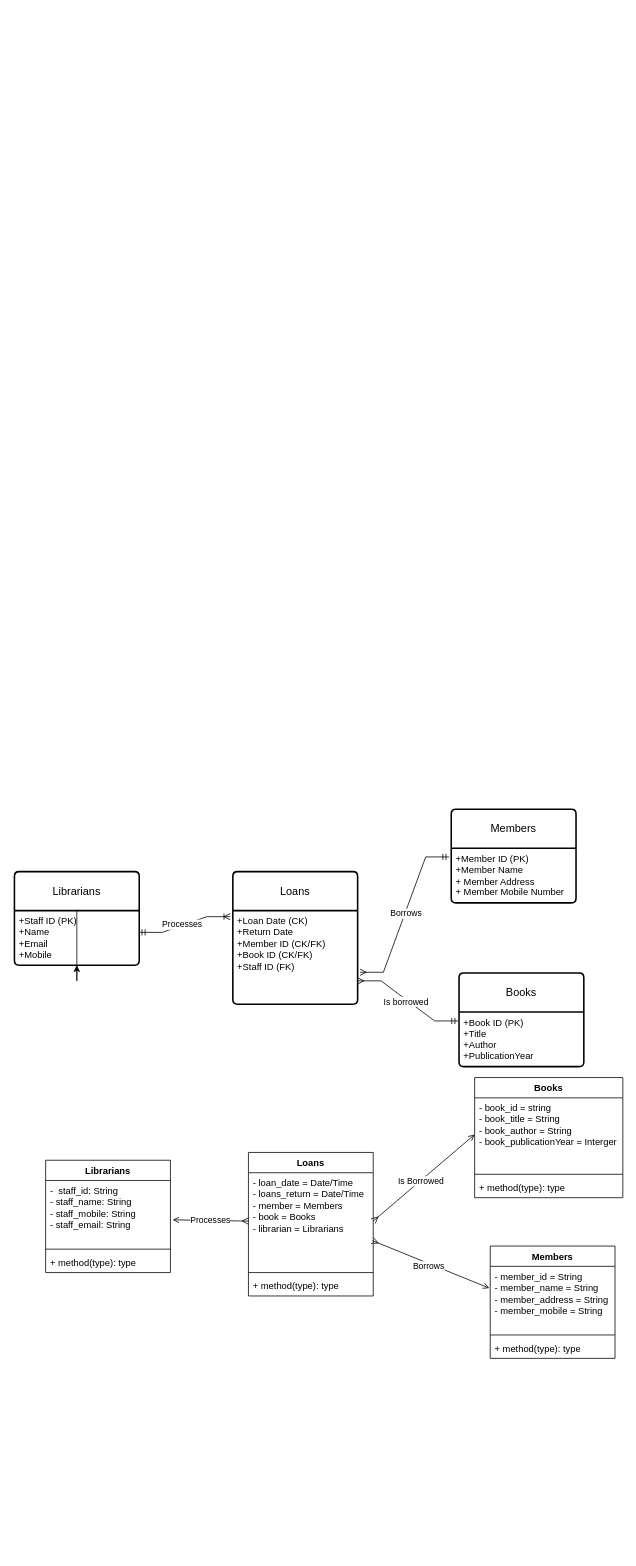
The draw.io diagram Library.drawio in jaydenChua315/at1, before the edit. Source tidied: cells renumbered, new cells numbered last; positions are measured from the earlier drawing's top-left corner, leaving out a move shared by most shapes. Both pictures are drawn from the tidied source at 78%, with x=0, y=0 at pixel (14, 809).
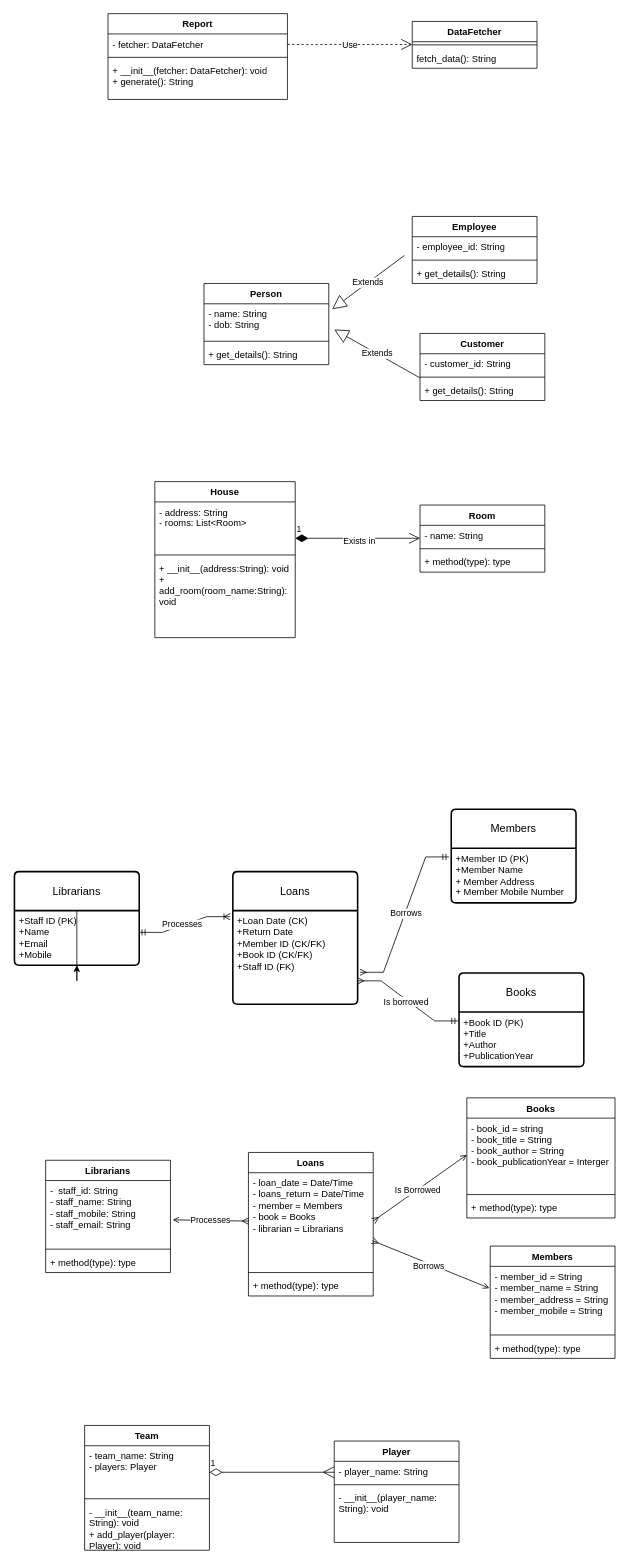
The same diagram, later.

The edit, as a diff of the source:
```diff
@@
     <mxCell id="29" value="Books" style="swimlane;fontStyle=1;align=center;verticalAlign=top;horizontal=1;startSize=26;whiteSpace=wrap;html=1;" parent="1" vertex="1">
-      <mxGeometry x="590" y="344" width="190" height="154" as="geometry" />
+      <mxGeometry x="580" y="370" width="190" height="154" as="geometry" />
     </mxCell>
@@
+    <mxCell id="39" value="Player" style="swimlane;fontStyle=1;align=center;verticalAlign=top;horizontal=1;startSize=26;whiteSpace=wrap;html=1;" parent="1" vertex="1">
+      <mxGeometry x="410" y="810" width="160" height="130" as="geometry" />
+    </mxCell>
+    <mxCell id="40" value="- player_name: String" style="text;strokeColor=none;fillColor=none;align=left;verticalAlign=top;spacingLeft=4;spacingRight=4;overflow=hidden;whiteSpace=wrap;html=1;" parent="39" vertex="1">
+      <mxGeometry y="26" width="160" height="26" as="geometry" />
+    </mxCell>
+    <mxCell id="41" style="line;strokeWidth=1;fillColor=none;align=left;verticalAlign=middle;spacingTop=-1;spacingLeft=3;spacingRight=3;labelPosition=right;strokeColor=inherit;" parent="39" vertex="1">
+      <mxGeometry y="52" width="160" height="8" as="geometry" />
+    </mxCell>
+    <mxCell id="42" value="- __init__(player_name: String): void" style="text;strokeColor=none;fillColor=none;align=left;verticalAlign=top;spacingLeft=4;spacingRight=4;overflow=hidden;whiteSpace=wrap;html=1;" parent="39" vertex="1">
+      <mxGeometry y="60" width="160" height="70" as="geometry" />
+    </mxCell>
+    <mxCell id="43" value="Team" style="swimlane;fontStyle=1;align=center;verticalAlign=top;horizontal=1;startSize=26;whiteSpace=wrap;html=1;" parent="1" vertex="1">
+      <mxGeometry x="90" y="790" width="160" height="160" as="geometry" />
+    </mxCell>
+    <mxCell id="44" value="- team_name: String&lt;div&gt;- players: Player&lt;/div&gt;" style="text;strokeColor=none;fillColor=none;align=left;verticalAlign=top;spacingLeft=4;spacingRight=4;overflow=hidden;whiteSpace=wrap;html=1;" parent="43" vertex="1">
+      <mxGeometry y="26" width="160" height="64" as="geometry" />
+    </mxCell>
+    <mxCell id="45" style="line;strokeWidth=1;fillColor=none;align=left;verticalAlign=middle;spacingTop=-1;spacingLeft=3;spacingRight=3;labelPosition=right;strokeColor=inherit;" parent="43" vertex="1">
+      <mxGeometry y="90" width="160" height="8" as="geometry" />
+    </mxCell>
+    <mxCell id="46" value="&lt;div&gt;- __init__(team_name: String): void&lt;/div&gt;&lt;div&gt;+ add_player(player: Player): void&lt;br&gt;&lt;/div&gt;" style="text;strokeColor=none;fillColor=none;align=left;verticalAlign=top;spacingLeft=4;spacingRight=4;overflow=hidden;whiteSpace=wrap;html=1;" parent="43" vertex="1">
+      <mxGeometry y="98" width="160" height="62" as="geometry" />
+    </mxCell>
+    <mxCell id="47" value="1" style="endArrow=ERmany;html=1;endSize=12;startArrow=diamondThin;startSize=14;startFill=0;edgeStyle=orthogonalEdgeStyle;align=left;verticalAlign=bottom;rounded=0;endFill=0;" parent="1" edge="1">
+      <mxGeometry x="-1" y="3" relative="1" as="geometry">
+        <mxPoint x="250" y="850" as="sourcePoint" />
+        <mxPoint x="410" y="850" as="targetPoint" />
+      </mxGeometry>
+    </mxCell>
+    <mxCell id="48" value="House" style="swimlane;fontStyle=1;align=center;verticalAlign=top;horizontal=1;startSize=26;whiteSpace=wrap;html=1;" parent="1" vertex="1">
+      <mxGeometry x="180" y="-420" width="180" height="200" as="geometry" />
+    </mxCell>
+    <mxCell id="49" value="- address: String&lt;div&gt;- rooms: List&amp;lt;Room&amp;gt;&lt;/div&gt;" style="text;strokeColor=none;fillColor=none;align=left;verticalAlign=top;spacingLeft=4;spacingRight=4;overflow=hidden;whiteSpace=wrap;html=1;" parent="48" vertex="1">
+      <mxGeometry y="26" width="180" height="64" as="geometry" />
+    </mxCell>
+    <mxCell id="50" style="line;strokeWidth=1;fillColor=none;align=left;verticalAlign=middle;spacingTop=-1;spacingLeft=3;spacingRight=3;labelPosition=right;strokeColor=inherit;" parent="48" vertex="1">
+      <mxGeometry y="90" width="180" height="8" as="geometry" />
+    </mxCell>
+    <mxCell id="51" value="+ __init__(address:String): void&lt;div&gt;+ add_room(room_name:String): void&lt;/div&gt;" style="text;strokeColor=none;fillColor=none;align=left;verticalAlign=top;spacingLeft=4;spacingRight=4;overflow=hidden;whiteSpace=wrap;html=1;" parent="48" vertex="1">
+      <mxGeometry y="98" width="180" height="102" as="geometry" />
+    </mxCell>
+    <mxCell id="52" value="Room" style="swimlane;fontStyle=1;align=center;verticalAlign=top;horizontal=1;startSize=26;whiteSpace=wrap;html=1;" parent="1" vertex="1">
+      <mxGeometry x="520" y="-390" width="160" height="86" as="geometry" />
+    </mxCell>
+    <mxCell id="53" value="- name: String" style="text;strokeColor=none;fillColor=none;align=left;verticalAlign=top;spacingLeft=4;spacingRight=4;overflow=hidden;whiteSpace=wrap;html=1;" parent="52" vertex="1">
+      <mxGeometry y="26" width="160" height="26" as="geometry" />
+    </mxCell>
+    <mxCell id="54" style="line;strokeWidth=1;fillColor=none;align=left;verticalAlign=middle;spacingTop=-1;spacingLeft=3;spacingRight=3;labelPosition=right;strokeColor=inherit;" parent="52" vertex="1">
+      <mxGeometry y="52" width="160" height="8" as="geometry" />
+    </mxCell>
+    <mxCell id="55" value="+ method(type): type" style="text;strokeColor=none;fillColor=none;align=left;verticalAlign=top;spacingLeft=4;spacingRight=4;overflow=hidden;whiteSpace=wrap;html=1;" parent="52" vertex="1">
+      <mxGeometry y="60" width="160" height="26" as="geometry" />
+    </mxCell>
+    <mxCell id="56" value="1" style="endArrow=open;html=1;endSize=12;startArrow=diamondThin;startSize=14;startFill=1;edgeStyle=orthogonalEdgeStyle;align=left;verticalAlign=bottom;rounded=0;" parent="1" edge="1">
+      <mxGeometry x="-1" y="3" relative="1" as="geometry">
+        <mxPoint x="360" y="-347.4" as="sourcePoint" />
+        <mxPoint x="520" y="-347.4" as="targetPoint" />
+      </mxGeometry>
+    </mxCell>
+    <mxCell id="57" value="Exists in" style="edgeLabel;html=1;align=center;verticalAlign=middle;" parent="56" vertex="1">
+      <mxGeometry x="0.01" y="-3" relative="1" as="geometry" />
+    </mxCell>
+    <mxCell id="58" value="Employee" style="swimlane;fontStyle=1;align=center;verticalAlign=top;horizontal=1;startSize=26;whiteSpace=wrap;html=1;" parent="1" vertex="1">
+      <mxGeometry x="510" y="-760" width="160" height="86" as="geometry" />
+    </mxCell>
+    <mxCell id="59" value="- employee_id: String" style="text;strokeColor=none;fillColor=none;align=left;verticalAlign=top;spacingLeft=4;spacingRight=4;overflow=hidden;whiteSpace=wrap;html=1;" parent="58" vertex="1">
+      <mxGeometry y="26" width="160" height="26" as="geometry" />
+    </mxCell>
+    <mxCell id="60" style="line;strokeWidth=1;fillColor=none;align=left;verticalAlign=middle;spacingTop=-1;spacingLeft=3;spacingRight=3;labelPosition=right;strokeColor=inherit;" parent="58" vertex="1">
+      <mxGeometry y="52" width="160" height="8" as="geometry" />
+    </mxCell>
+    <mxCell id="61" value="+ get_details(): String" style="text;strokeColor=none;fillColor=none;align=left;verticalAlign=top;spacingLeft=4;spacingRight=4;overflow=hidden;whiteSpace=wrap;html=1;" parent="58" vertex="1">
+      <mxGeometry y="60" width="160" height="26" as="geometry" />
+    </mxCell>
+    <mxCell id="62" value="Customer" style="swimlane;fontStyle=1;align=center;verticalAlign=top;horizontal=1;startSize=26;whiteSpace=wrap;html=1;" parent="1" vertex="1">
+      <mxGeometry x="520" y="-610" width="160" height="86" as="geometry" />
+    </mxCell>
+    <mxCell id="63" value="- customer_id: String" style="text;strokeColor=none;fillColor=none;align=left;verticalAlign=top;spacingLeft=4;spacingRight=4;overflow=hidden;whiteSpace=wrap;html=1;" parent="62" vertex="1">
+      <mxGeometry y="26" width="160" height="26" as="geometry" />
+    </mxCell>
+    <mxCell id="64" style="line;strokeWidth=1;fillColor=none;align=left;verticalAlign=middle;spacingTop=-1;spacingLeft=3;spacingRight=3;labelPosition=right;points=[];portConstraint=eastwest;strokeColor=inherit;" parent="62" vertex="1">
+      <mxGeometry y="52" width="160" height="8" as="geometry" />
+    </mxCell>
+    <mxCell id="65" value="+ get_details(): String" style="text;strokeColor=none;fillColor=none;align=left;verticalAlign=top;spacingLeft=4;spacingRight=4;overflow=hidden;whiteSpace=wrap;html=1;" parent="62" vertex="1">
+      <mxGeometry y="60" width="160" height="26" as="geometry" />
+    </mxCell>
+    <mxCell id="66" value="Person" style="swimlane;fontStyle=1;align=center;verticalAlign=top;horizontal=1;startSize=26;whiteSpace=wrap;html=1;" parent="1" vertex="1">
+      <mxGeometry x="243" y="-674" width="160" height="104" as="geometry" />
+    </mxCell>
+    <mxCell id="67" value="- name: String&lt;div&gt;- dob: String&lt;/div&gt;" style="text;strokeColor=none;fillColor=none;align=left;verticalAlign=top;spacingLeft=4;spacingRight=4;overflow=hidden;points=[[0,0.5],[1,0.5]];portConstraint=eastwest;whiteSpace=wrap;html=1;" parent="66" vertex="1">
+      <mxGeometry y="26" width="160" height="44" as="geometry" />
+    </mxCell>
+    <mxCell id="68" style="line;strokeWidth=1;fillColor=none;align=left;verticalAlign=middle;spacingTop=-1;spacingLeft=3;spacingRight=3;labelPosition=right;strokeColor=inherit;" parent="66" vertex="1">
+      <mxGeometry y="70" width="160" height="8" as="geometry" />
+    </mxCell>
+    <mxCell id="69" value="+ get_details(): String" style="text;strokeColor=none;fillColor=none;align=left;verticalAlign=top;spacingLeft=4;spacingRight=4;overflow=hidden;whiteSpace=wrap;html=1;" parent="66" vertex="1">
+      <mxGeometry y="78" width="160" height="26" as="geometry" />
+    </mxCell>
+    <mxCell id="70" value="Extends" style="endArrow=block;endSize=16;endFill=0;html=1;rounded=0;exitX=0;exitY=0.625;exitDx=0;exitDy=0;exitPerimeter=0;" parent="1" edge="1" source="64">
+      <mxGeometry relative="1" as="geometry">
+        <mxPoint x="410" y="-615" as="targetPoint" />
+      </mxGeometry>
+    </mxCell>
+    <mxCell id="71" value="Extends" style="endArrow=block;endSize=16;endFill=0;html=1;rounded=0;entryX=1.027;entryY=0.157;entryDx=0;entryDy=0;entryPerimeter=0;" parent="1" edge="1" target="67">
+      <mxGeometry relative="1" as="geometry">
+        <mxPoint x="500" y="-710" as="sourcePoint" />
+      </mxGeometry>
+    </mxCell>
+    <mxCell id="72" value="DataFetcher" style="swimlane;fontStyle=1;align=center;verticalAlign=top;horizontal=1;startSize=26;whiteSpace=wrap;html=1;" parent="1" vertex="1">
+      <mxGeometry x="510" y="-1010" width="160" height="60" as="geometry" />
+    </mxCell>
+    <mxCell id="73" style="line;strokeWidth=1;fillColor=none;align=left;verticalAlign=middle;spacingTop=-1;spacingLeft=3;spacingRight=3;labelPosition=right;strokeColor=inherit;" parent="72" vertex="1">
+      <mxGeometry y="26" width="160" height="8" as="geometry" />
+    </mxCell>
+    <mxCell id="74" value="fetch_data(): String" style="text;strokeColor=none;fillColor=none;align=left;verticalAlign=top;spacingLeft=4;spacingRight=4;overflow=hidden;whiteSpace=wrap;html=1;" parent="72" vertex="1">
+      <mxGeometry y="34" width="160" height="26" as="geometry" />
+    </mxCell>
+    <mxCell id="75" value="Report" style="swimlane;fontStyle=1;align=center;verticalAlign=top;horizontal=1;startSize=26;whiteSpace=wrap;html=1;" parent="1" vertex="1">
+      <mxGeometry x="120" y="-1020" width="230" height="110" as="geometry" />
+    </mxCell>
+    <mxCell id="76" value="- fetcher: DataFetcher" style="text;strokeColor=none;fillColor=none;align=left;verticalAlign=top;spacingLeft=4;spacingRight=4;overflow=hidden;whiteSpace=wrap;html=1;" parent="75" vertex="1">
+      <mxGeometry y="26" width="230" height="26" as="geometry" />
+    </mxCell>
+    <mxCell id="77" style="line;strokeWidth=1;fillColor=none;align=left;verticalAlign=middle;spacingTop=-1;spacingLeft=3;spacingRight=3;labelPosition=right;strokeColor=inherit;" parent="75" vertex="1">
+      <mxGeometry y="52" width="230" height="8" as="geometry" />
+    </mxCell>
+    <mxCell id="78" value="+ __init__(fetcher: DataFetcher): void&lt;div&gt;+ generate(): String&lt;/div&gt;" style="text;strokeColor=none;fillColor=none;align=left;verticalAlign=top;spacingLeft=4;spacingRight=4;overflow=hidden;whiteSpace=wrap;html=1;" parent="75" vertex="1">
+      <mxGeometry y="60" width="230" height="50" as="geometry" />
+    </mxCell>
+    <mxCell id="79" value="Use" style="endArrow=open;endSize=12;dashed=1;html=1;rounded=0;" parent="1" edge="1">
+      <mxGeometry relative="1" as="geometry">
+        <mxPoint x="350" y="-980.5" as="sourcePoint" />
+        <mxPoint x="510" y="-980.5" as="targetPoint" />
+      </mxGeometry>
+    </mxCell>
```
